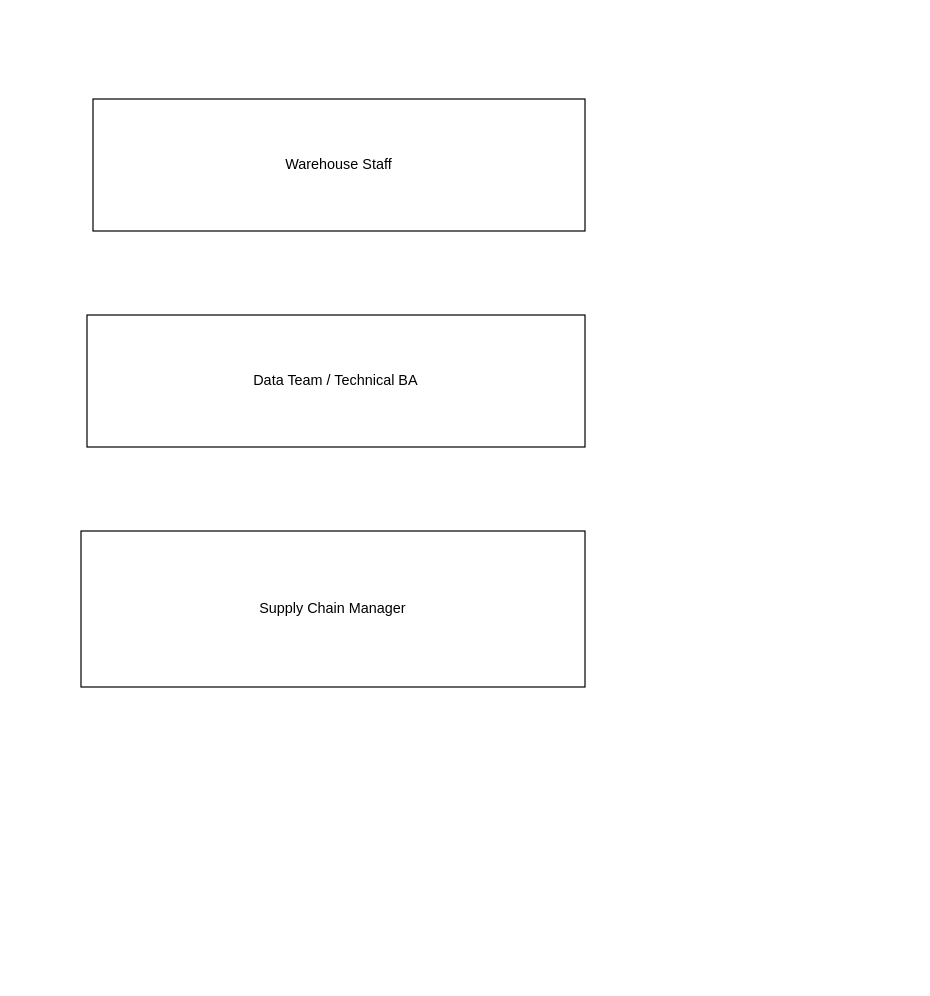
The draw.io diagram RIMS_Inventory_Process_Map.drawio in anilatikkha/technical-ba-retail-inventory-project, before the edit. Source tidied: cells renumbered, new cells numbered last; positions are measured from the earlier drawing's top-left corner, leaving out a move shared by most shapes. Both pictures are drawn from the tidied source at 120%, with x=0, y=0 at pixel (80, 98).
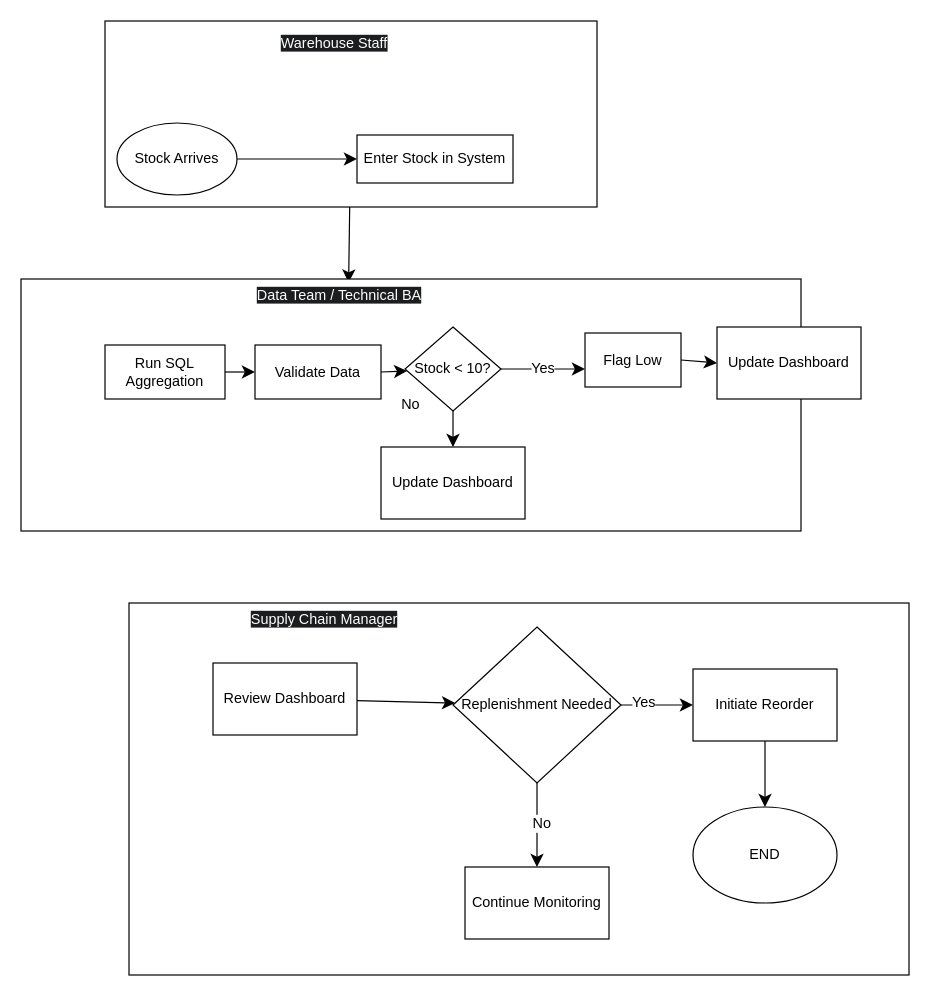
After the change.

What changed in the source:
```diff
@@
+    <mxCell id="6" style="edgeStyle=none;curved=1;rounded=0;jettySize=auto;html=1;fontSize=12;startSize=8;endSize=8;entryX=0.459;entryY=0.075;entryDx=0;entryDy=0;entryPerimeter=0;" parent="1" edge="1" source="2" target="9">
+      <mxGeometry relative="1" as="geometry" />
+    </mxCell>
-    <mxCell id="2" value="Warehouse Staff" style="rounded=0;whiteSpace=wrap;html=1;" parent="1" vertex="1">
-      <mxGeometry x="10" width="410" height="110" as="geometry" />
+    <mxCell id="2" style="rounded=0;whiteSpace=wrap;html=1;" parent="1" vertex="1">
+      <mxGeometry x="20" y="-65" width="410" height="155" as="geometry" />
     </mxCell>
-    <mxCell id="3" value="Data Team / Technical BA" style="rounded=0;whiteSpace=wrap;html=1;" parent="1" vertex="1">
-      <mxGeometry x="5" y="180" width="415" height="110" as="geometry" />
+    <mxCell id="3" value="No" style="rounded=0;whiteSpace=wrap;html=1;" parent="1" vertex="1">
+      <mxGeometry x="-50" y="150" width="650" height="210" as="geometry" />
     </mxCell>
-    <mxCell id="4" value="Supply Chain Manager" style="rounded=0;whiteSpace=wrap;html=1;" parent="1" vertex="1">
-      <mxGeometry y="360" width="420" height="130" as="geometry" />
+    <mxCell id="4" style="rounded=0;whiteSpace=wrap;html=1;" parent="1" vertex="1">
+      <mxGeometry x="40" y="420" width="650" height="310" as="geometry" />
     </mxCell>
@@
+    <mxCell id="7" value="Stock Arrives" style="ellipse;whiteSpace=wrap;html=1;" parent="1" vertex="1">
+      <mxGeometry x="30" y="20" width="100" height="60" as="geometry" />
+    </mxCell>
+    <mxCell id="8" value="&lt;span style=&quot;color: rgb(255, 255, 255); font-family: Helvetica; font-size: 12px; font-style: normal; font-variant-ligatures: normal; font-variant-caps: normal; font-weight: 400; letter-spacing: normal; orphans: 2; text-align: center; text-indent: 0px; text-transform: none; widows: 2; word-spacing: 0px; -webkit-text-stroke-width: 0px; white-space: normal; background-color: rgb(27, 29, 30); text-decoration-thickness: initial; text-decoration-style: initial; text-decoration-color: initial; display: inline !important; float: none;&quot;&gt;Warehouse Staff&lt;/span&gt;" style="text;whiteSpace=wrap;html=1;" parent="1" vertex="1">
+      <mxGeometry x="165" y="-60" width="120" height="40" as="geometry" />
+    </mxCell>
+    <mxCell id="9" value="&lt;span style=&quot;color: rgb(255, 255, 255); font-family: Helvetica; font-size: 12px; font-style: normal; font-variant-ligatures: normal; font-variant-caps: normal; font-weight: 400; letter-spacing: normal; orphans: 2; text-align: center; text-indent: 0px; text-transform: none; widows: 2; word-spacing: 0px; -webkit-text-stroke-width: 0px; white-space: normal; background-color: rgb(27, 29, 30); text-decoration-thickness: initial; text-decoration-style: initial; text-decoration-color: initial; display: inline !important; float: none;&quot;&gt;Data Team / Technical BA&lt;/span&gt;" style="text;whiteSpace=wrap;html=1;" parent="1" vertex="1">
+      <mxGeometry x="145" y="150" width="170" height="40" as="geometry" />
+    </mxCell>
+    <mxCell id="10" value="&lt;span style=&quot;color: rgb(255, 255, 255); font-family: Helvetica; font-size: 12px; font-style: normal; font-variant-ligatures: normal; font-variant-caps: normal; font-weight: 400; letter-spacing: normal; orphans: 2; text-align: center; text-indent: 0px; text-transform: none; widows: 2; word-spacing: 0px; -webkit-text-stroke-width: 0px; white-space: normal; background-color: rgb(27, 29, 30); text-decoration-thickness: initial; text-decoration-style: initial; text-decoration-color: initial; display: inline !important; float: none;&quot;&gt;Supply Chain Manager&lt;/span&gt;" style="text;whiteSpace=wrap;html=1;" parent="1" vertex="1">
+      <mxGeometry x="140" y="420" width="160" height="40" as="geometry" />
+    </mxCell>
+    <mxCell id="11" value="Enter Stock in System" style="rounded=0;whiteSpace=wrap;html=1;" parent="1" vertex="1">
+      <mxGeometry x="230" y="30" width="130" height="40" as="geometry" />
+    </mxCell>
+    <mxCell id="12" style="endArrow=classic;html=1;rounded=0;fontSize=12;startSize=8;endSize=8;curved=1;" parent="1" edge="1" source="7">
+      <mxGeometry relative="1" as="geometry">
+        <mxPoint x="230" y="50" as="targetPoint" />
+      </mxGeometry>
+    </mxCell>
+    <mxCell id="13" style="edgeStyle=none;curved=1;rounded=0;jettySize=auto;html=1;exitX=1;exitY=0.5;exitDx=0;exitDy=0;entryX=0;entryY=0.5;entryDx=0;entryDy=0;fontSize=12;startSize=8;endSize=8;" parent="1" edge="1" source="14" target="16">
+      <mxGeometry relative="1" as="geometry" />
+    </mxCell>
+    <mxCell id="14" value="Run SQL Aggregation" style="rounded=0;whiteSpace=wrap;html=1;" parent="1" vertex="1">
+      <mxGeometry x="20" y="205" width="100" height="45" as="geometry" />
+    </mxCell>
+    <mxCell id="15" style="edgeStyle=none;curved=1;rounded=0;jettySize=auto;html=1;exitX=1;exitY=0.5;exitDx=0;exitDy=0;fontSize=12;startSize=8;endSize=8;" parent="1" edge="1" source="16" target="20">
+      <mxGeometry relative="1" as="geometry" />
+    </mxCell>
+    <mxCell id="16" value="Validate Data" style="rounded=0;whiteSpace=wrap;html=1;" parent="1" vertex="1">
+      <mxGeometry x="145" y="205" width="105" height="45" as="geometry" />
+    </mxCell>
+    <mxCell id="17" style="edgeStyle=none;curved=1;rounded=0;orthogonalLoop=1;jettySize=auto;html=1;exitX=1;exitY=1;exitDx=0;exitDy=0;fontSize=12;startSize=8;endSize=8;" parent="1" edge="1" source="14" target="14">
+      <mxGeometry relative="1" as="geometry" />
+    </mxCell>
+    <mxCell id="18" value="Yes" style="edgeStyle=none;curved=1;rounded=0;jettySize=auto;html=1;exitX=1;exitY=0.5;exitDx=0;exitDy=0;exitPerimeter=0;fontSize=12;startSize=8;endSize=8;" parent="1" edge="1" source="20">
+      <mxGeometry relative="1" as="geometry">
+        <mxPoint x="420" y="225" as="targetPoint" />
+      </mxGeometry>
+    </mxCell>
+    <mxCell id="19" style="edgeStyle=none;curved=1;rounded=0;jettySize=auto;html=1;exitX=0.5;exitY=1;exitDx=0;exitDy=0;exitPerimeter=0;entryX=0.5;entryY=0;entryDx=0;entryDy=0;fontSize=12;startSize=8;endSize=8;" parent="1" edge="1" source="20" target="23">
+      <mxGeometry relative="1" as="geometry" />
+    </mxCell>
+    <mxCell id="20" value="Stock &amp;lt; 10?" style="rhombus;whiteSpace=wrap;html=1;points=[[0,0,0,0,0],[0,0.5,0,0,0],[0,1,0,0,0],[0.5,0,0,0,0],[0.5,1,0,0,0],[1,0,0,0,0],[1,0.5,0,0,0],[1,1,0,0,0]];" parent="1" vertex="1">
+      <mxGeometry x="270" y="190" width="80" height="70" as="geometry" />
+    </mxCell>
+    <mxCell id="21" style="edgeStyle=none;curved=1;rounded=0;jettySize=auto;html=1;exitX=1;exitY=0.5;exitDx=0;exitDy=0;entryX=0;entryY=0.5;entryDx=0;entryDy=0;fontSize=12;startSize=8;endSize=8;" parent="1" edge="1" source="22" target="24">
+      <mxGeometry relative="1" as="geometry" />
+    </mxCell>
+    <mxCell id="22" value="Flag Low" style="rounded=0;whiteSpace=wrap;html=1;" parent="1" vertex="1">
+      <mxGeometry x="420" y="195" width="80" height="45" as="geometry" />
+    </mxCell>
+    <mxCell id="23" value="Update Dashboard" style="rounded=0;whiteSpace=wrap;html=1;" parent="1" vertex="1">
+      <mxGeometry x="250" y="290" width="120" height="60" as="geometry" />
+    </mxCell>
+    <mxCell id="24" value="Update Dashboard" style="rounded=0;whiteSpace=wrap;html=1;" parent="1" vertex="1">
+      <mxGeometry x="530" y="190" width="120" height="60" as="geometry" />
+    </mxCell>
+    <mxCell id="25" style="edgeStyle=none;curved=1;rounded=0;jettySize=auto;html=1;fontSize=12;startSize=8;endSize=8;" parent="1" edge="1" source="26" target="31">
+      <mxGeometry relative="1" as="geometry" />
+    </mxCell>
+    <mxCell id="26" value="Review Dashboard" style="rounded=0;whiteSpace=wrap;html=1;" parent="1" vertex="1">
+      <mxGeometry x="110" y="470" width="120" height="60" as="geometry" />
+    </mxCell>
+    <mxCell id="27" style="edgeStyle=none;curved=1;rounded=0;jettySize=auto;html=1;fontSize=12;startSize=8;endSize=8;" parent="1" edge="1" source="31" target="33">
+      <mxGeometry relative="1" as="geometry" />
+    </mxCell>
+    <mxCell id="28" value="Yes" style="edgeLabel;html=1;align=center;verticalAlign=middle;fontSize=12;" parent="27" vertex="1">
+      <mxGeometry x="-0.4" y="3" relative="1" as="geometry" />
+    </mxCell>
+    <mxCell id="29" style="edgeStyle=none;curved=1;rounded=0;jettySize=auto;html=1;fontSize=12;startSize=8;endSize=8;" parent="1" edge="1" source="31" target="34">
+      <mxGeometry relative="1" as="geometry" />
+    </mxCell>
+    <mxCell id="30" value="No" style="edgeLabel;html=1;align=center;verticalAlign=middle;fontSize=12;" parent="29" vertex="1">
+      <mxGeometry x="-0.06" y="3" relative="1" as="geometry" />
+    </mxCell>
+    <mxCell id="31" value="Replenishment Needed" style="rhombus;whiteSpace=wrap;html=1;rounded=0;" parent="1" vertex="1">
+      <mxGeometry x="310" y="440" width="140" height="130" as="geometry" />
+    </mxCell>
+    <mxCell id="32" style="edgeStyle=none;curved=1;rounded=0;jettySize=auto;html=1;exitX=0.5;exitY=1;exitDx=0;exitDy=0;fontSize=12;startSize=8;endSize=8;" parent="1" edge="1" source="33" target="35">
+      <mxGeometry relative="1" as="geometry" />
+    </mxCell>
+    <mxCell id="33" value="Initiate Reorder" style="whiteSpace=wrap;html=1;rounded=0;" parent="1" vertex="1">
+      <mxGeometry x="510" y="475" width="120" height="60" as="geometry" />
+    </mxCell>
+    <mxCell id="34" value="Continue Monitoring" style="whiteSpace=wrap;html=1;rounded=0;" parent="1" vertex="1">
+      <mxGeometry x="320" y="640" width="120" height="60" as="geometry" />
+    </mxCell>
+    <mxCell id="35" value="END" style="ellipse;whiteSpace=wrap;html=1;" parent="1" vertex="1">
+      <mxGeometry x="510" y="590" width="120" height="80" as="geometry" />
+    </mxCell>
```
